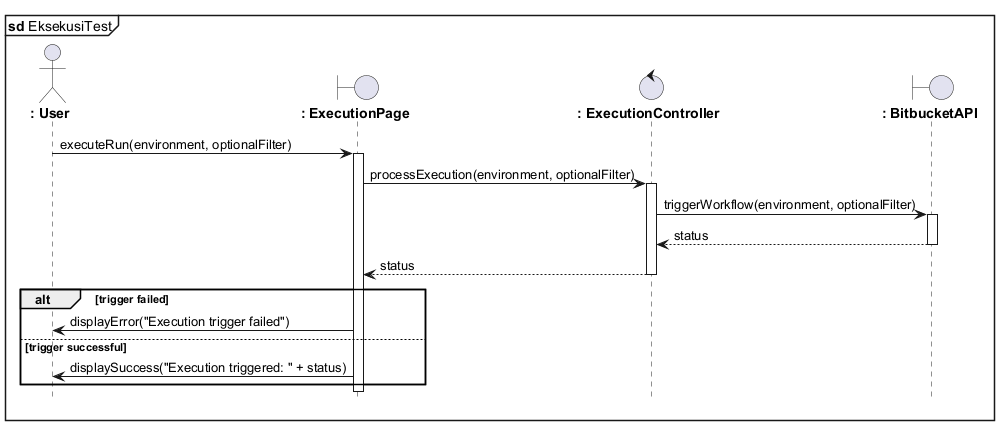
Above: out/eksekusi_test.png in azrappp/learning_uml2.0_pmul (PlantUML), before the change.
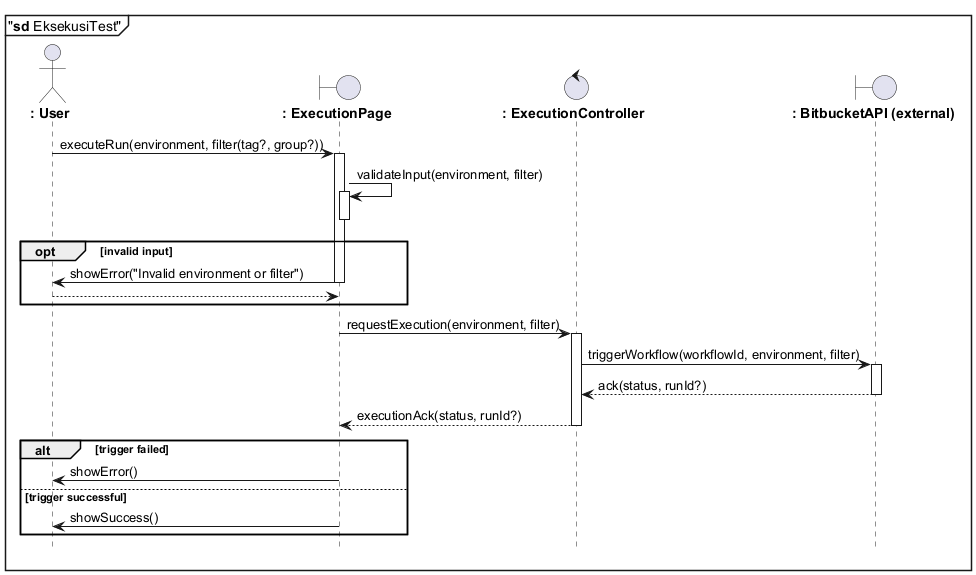
After the commit.

The edit, as a diff of the source:
```diff
@@ -1,32 +1,43 @@
 @startuml
-mainframe **sd** EksekusiTest
+mainframe "**sd** EksekusiTest"
 hide footbox
 
 actor "**: User**" as User
 boundary "**: ExecutionPage**" as ExecutionPage
 control "**: ExecutionController**" as ExecutionController
-boundary "**: BitbucketAPI**" as BitbucketAPI
+boundary "**: BitbucketAPI (external)**" as BitbucketAPI
 
-User -> ExecutionPage : executeRun(environment, optionalFilter)
+User -> ExecutionPage : executeRun(environment, filter(tag?, group?))
 activate ExecutionPage
 
-ExecutionPage -> ExecutionController : processExecution(environment, optionalFilter)
+ExecutionPage -> ExecutionPage : validateInput(environment, filter)
+activate ExecutionPage
+deactivate ExecutionPage
+
+opt invalid input
+    ExecutionPage -> User : showError("Invalid environment or filter")
+    deactivate ExecutionPage
+    return
+end
+
+ExecutionPage -> ExecutionController : requestExecution(environment, filter)
 activate ExecutionController
 
-ExecutionController -> BitbucketAPI : triggerWorkflow(environment, optionalFilter)
+ExecutionController -> BitbucketAPI : triggerWorkflow(workflowId, environment, filter)
 activate BitbucketAPI
 
-BitbucketAPI --> ExecutionController : status
+BitbucketAPI --> ExecutionController : ack(status, runId?)
 deactivate BitbucketAPI
 
-ExecutionController --> ExecutionPage : status
+ExecutionController --> ExecutionPage : executionAck(status, runId?)
 deactivate ExecutionController
 
 alt trigger failed
-    ExecutionPage -> User : displayError("Execution trigger failed")
+    ExecutionPage -> User : showError()
 else trigger successful
-    ExecutionPage -> User : displaySuccess("Execution triggered: " + status)
+    ExecutionPage -> User : showSuccess()
 end
+
 
 deactivate ExecutionPage
 @enduml
```
